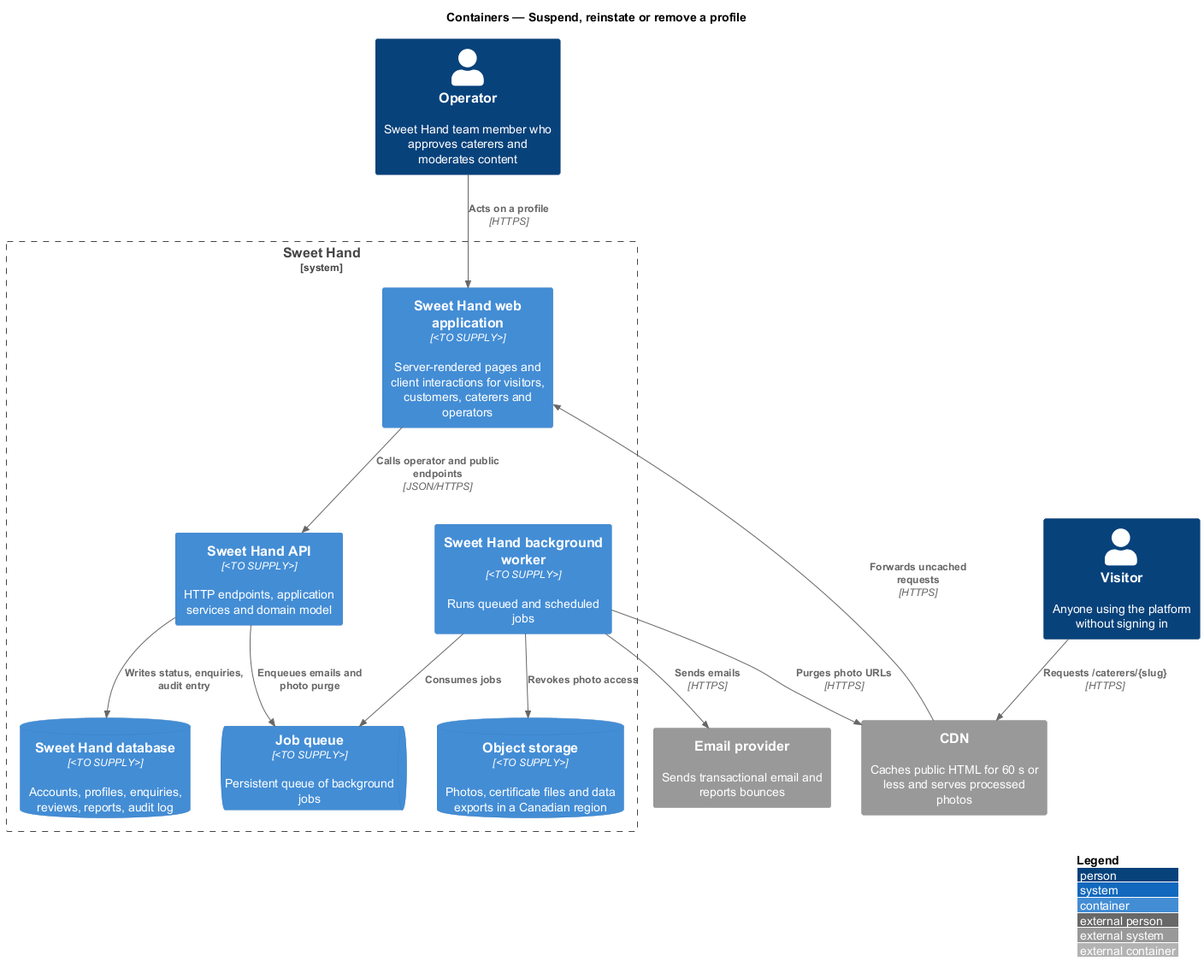
QuinntyneBrown/sweet-hand keeps this PlantUML diagram as docs/detailed-designs/moderation/suspend-reinstate-remove-profile/diagrams/c4-container.png. Above is the earlier version.
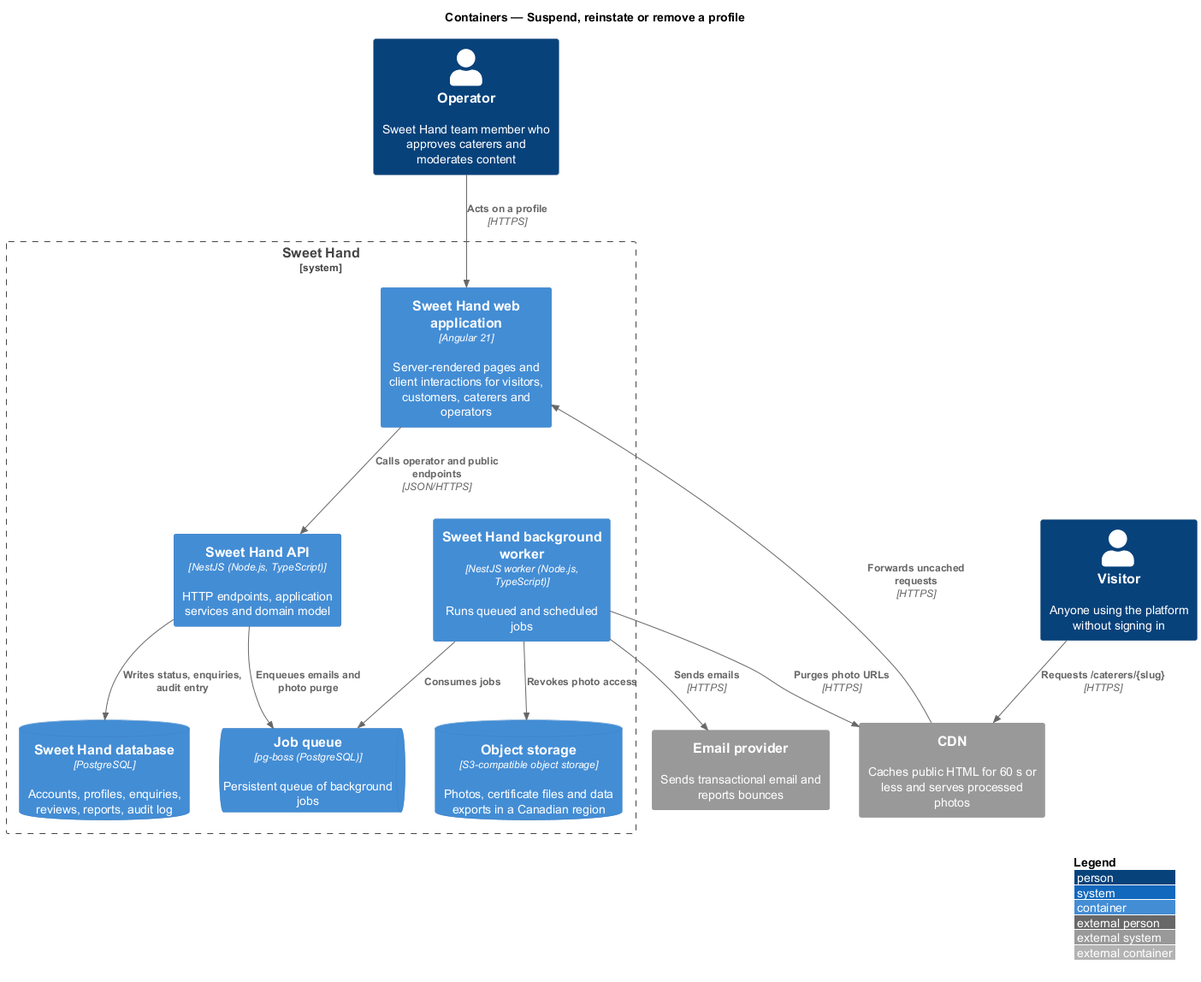
Later version of the same file.

Change to the diagram source:
```diff
@@ -6,12 +6,12 @@
 Person(operator, "Operator", "Sweet Hand team member who approves caterers and moderates content")
 Person(visitor, "Visitor", "Anyone using the platform without signing in")
 System_Boundary(sweethand, "Sweet Hand") {
-  Container(web, "Sweet Hand web application", "<TO SUPPLY>", "Server-rendered pages and client interactions for visitors, customers, caterers and operators")
-  Container(api, "Sweet Hand API", "<TO SUPPLY>", "HTTP endpoints, application services and domain model")
-  Container(worker, "Sweet Hand background worker", "<TO SUPPLY>", "Runs queued and scheduled jobs")
-  ContainerDb(db, "Sweet Hand database", "<TO SUPPLY>", "Accounts, profiles, enquiries, reviews, reports, audit log")
-  ContainerQueue(queue, "Job queue", "<TO SUPPLY>", "Persistent queue of background jobs")
-  ContainerDb(storage, "Object storage", "<TO SUPPLY>", "Photos, certificate files and data exports in a Canadian region")
+  Container(web, "Sweet Hand web application", "Angular 21", "Server-rendered pages and client interactions for visitors, customers, caterers and operators")
+  Container(api, "Sweet Hand API", "NestJS (Node.js, TypeScript)", "HTTP endpoints, application services and domain model")
+  Container(worker, "Sweet Hand background worker", "NestJS worker (Node.js, TypeScript)", "Runs queued and scheduled jobs")
+  ContainerDb(db, "Sweet Hand database", "PostgreSQL", "Accounts, profiles, enquiries, reviews, reports, audit log")
+  ContainerQueue(queue, "Job queue", "pg-boss (PostgreSQL)", "Persistent queue of background jobs")
+  ContainerDb(storage, "Object storage", "S3-compatible object storage", "Photos, certificate files and data exports in a Canadian region")
 }
 System_Ext(email, "Email provider", "Sends transactional email and reports bounces")
 System_Ext(cdn, "CDN", "Caches public HTML for 60 s or less and serves processed photos")
```
